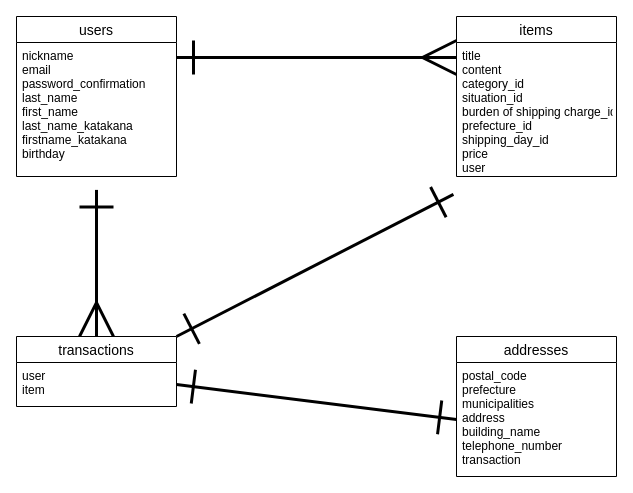
Above: test.dio in zozors/furima-37978 (draw.io), before the change. Source tidied: cells renumbered, new cells numbered last; positions are measured from the earlier drawing's top-left corner, leaving out a move shared by most shapes. Both pictures are drawn from the tidied source at 100%, with x=0, y=0 at pixel (16, 16).
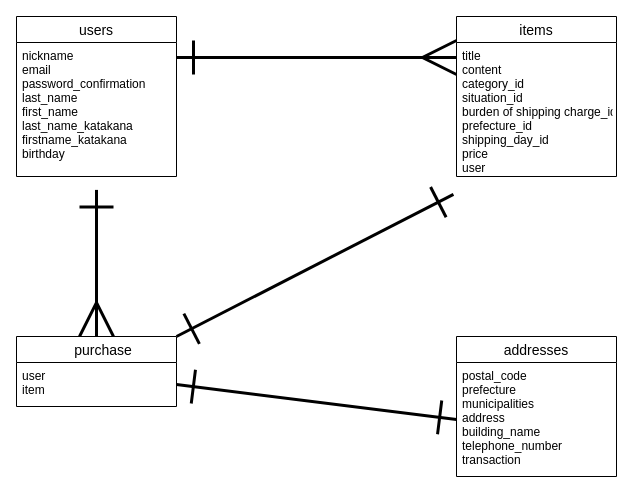
Above is the later version.

Commit message:
レビュー修正

What changed in the source:
```diff
@@
 <mxGraphModel>
   <root>
     <mxCell id="0" />
     <mxCell id="1" parent="0" />
     <mxCell id="2" value="users" style="swimlane;fontStyle=0;horizontal=1;startSize=26;align=center;fontSize=14;" parent="1" vertex="1">
       <mxGeometry width="160" height="160" as="geometry" />
     </mxCell>
     <mxCell id="3" value="nickname&#10;email&#10;password_confirmation&#10;last_name&#10;first_name&#10;last_name_katakana&#10;firstname_katakana&#10;birthday" style="text;strokeColor=none;fillColor=none;spacingLeft=4;spacingRight=4;overflow=hidden;points=[[0,0.5],[1,0.5]];portConstraint=eastwest;fontSize=12;" parent="2" vertex="1">
       <mxGeometry y="26" width="160" height="134" as="geometry" />
     </mxCell>
     <mxCell id="4" value="items" style="swimlane;fontStyle=0;horizontal=1;startSize=26;align=center;fontSize=14;" parent="1" vertex="1">
       <mxGeometry x="440" width="160" height="160" as="geometry" />
     </mxCell>
     <mxCell id="5" value="title&#10;content&#10;category_id&#10;situation_id&#10;burden of shipping charge_id&#10;prefecture_id&#10;shipping_day_id&#10;price&#10;user" style="text;strokeColor=none;fillColor=none;spacingLeft=4;spacingRight=4;overflow=hidden;points=[[0,0.5],[1,0.5]];portConstraint=eastwest;fontSize=12;" parent="4" vertex="1">
       <mxGeometry y="26" width="160" height="134" as="geometry" />
     </mxCell>
     <mxCell id="6" style="edgeStyle=none;html=1;exitX=0.5;exitY=0;exitDx=0;exitDy=0;targetPerimeterSpacing=0;endArrow=ERmany;endFill=0;entryX=0.5;entryY=0;entryDx=0;entryDy=0;" parent="1" edge="1" source="9" target="9">
       <mxGeometry relative="1" as="geometry" />
     </mxCell>
     <mxCell id="7" style="edgeStyle=none;html=1;exitX=0.5;exitY=0;exitDx=0;exitDy=0;entryX=0.5;entryY=1.1;entryDx=0;entryDy=0;entryPerimeter=0;endArrow=ERone;endFill=0;startSize=30;endSize=30;targetPerimeterSpacing=0;strokeColor=default;strokeWidth=3;startArrow=ERmany;startFill=0;" parent="1" edge="1" source="9" target="3">
       <mxGeometry relative="1" as="geometry" />
     </mxCell>
     <mxCell id="8" style="edgeStyle=none;html=1;exitX=1;exitY=0;exitDx=0;exitDy=0;entryX=-0.019;entryY=1.133;entryDx=0;entryDy=0;entryPerimeter=0;startArrow=ERone;startFill=0;endArrow=ERone;endFill=0;sourcePerimeterSpacing=0;targetPerimeterSpacing=0;strokeColor=default;strokeWidth=3;endSize=30;startSize=30;" parent="1" edge="1" source="9" target="5">
       <mxGeometry relative="1" as="geometry" />
     </mxCell>
-    <mxCell id="9" value="transactions" style="swimlane;fontStyle=0;horizontal=1;startSize=26;align=center;fontSize=14;" parent="1" vertex="1">
+    <mxCell id="9" value="　purchase" style="swimlane;fontStyle=0;horizontal=1;startSize=26;align=center;fontSize=14;" parent="1" vertex="1">
       <mxGeometry y="320" width="160" height="70" as="geometry" />
     </mxCell>
     <mxCell id="10" value="user&#10;item" style="text;strokeColor=none;fillColor=none;spacingLeft=4;spacingRight=4;overflow=hidden;points=[[0,0.5],[1,0.5]];portConstraint=eastwest;fontSize=12;" parent="9" vertex="1">
       <mxGeometry y="26" width="160" height="44" as="geometry" />
     </mxCell>
     <mxCell id="11" value="addresses" style="swimlane;fontStyle=0;horizontal=1;startSize=26;align=center;fontSize=14;" parent="1" vertex="1">
       <mxGeometry x="440" y="320" width="160" height="140" as="geometry" />
     </mxCell>
     <mxCell id="12" value="postal_code&#10;prefecture&#10;municipalities&#10;address&#10;building_name&#10;telephone_number&#10;transaction" style="text;strokeColor=none;fillColor=none;spacingLeft=4;spacingRight=4;overflow=hidden;points=[[0,0.5],[1,0.5]];portConstraint=eastwest;fontSize=12;" parent="11" vertex="1">
       <mxGeometry y="26" width="160" height="114" as="geometry" />
     </mxCell>
     <mxCell id="13" style="edgeStyle=none;html=1;exitX=1;exitY=0.5;exitDx=0;exitDy=0;entryX=0;entryY=0.5;entryDx=0;entryDy=0;endArrow=ERmany;endFill=0;startSize=30;endSize=30;targetPerimeterSpacing=0;strokeColor=default;startArrow=ERone;startFill=0;strokeWidth=3;" parent="1" edge="1">
       <mxGeometry relative="1" as="geometry">
         <mxPoint x="160" y="41" as="sourcePoint" />
         <mxPoint x="440" y="41" as="targetPoint" />
       </mxGeometry>
     </mxCell>
     <mxCell id="14" style="edgeStyle=none;html=1;exitX=1;exitY=0.5;exitDx=0;exitDy=0;entryX=0;entryY=0.5;entryDx=0;entryDy=0;endArrow=ERone;endFill=0;targetPerimeterSpacing=0;strokeColor=default;endSize=30;startArrow=ERone;startFill=0;startSize=30;strokeWidth=3;" parent="1" edge="1" source="10" target="12">
       <mxGeometry relative="1" as="geometry" />
     </mxCell>
   </root>
 </mxGraphModel>
```
